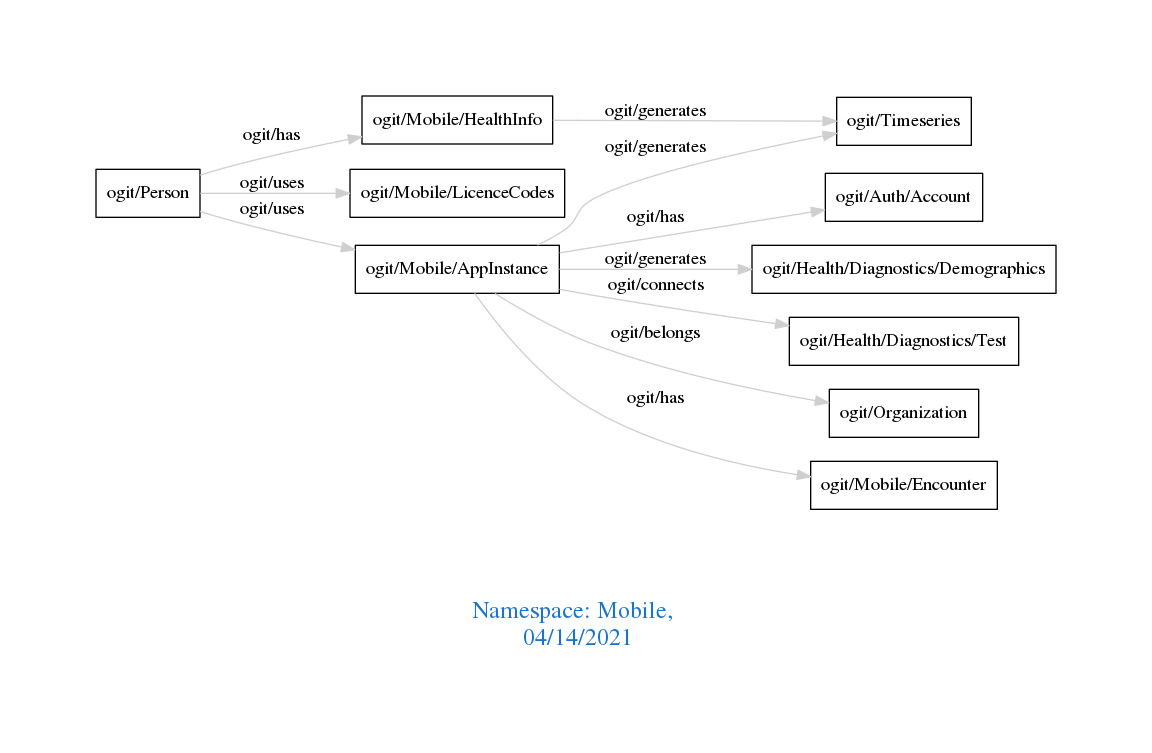
The Graphviz diagram downloads/Mobile.png in arago/OGIT, before a commit. Its source is kept beside it as downloads/Mobile.dot.
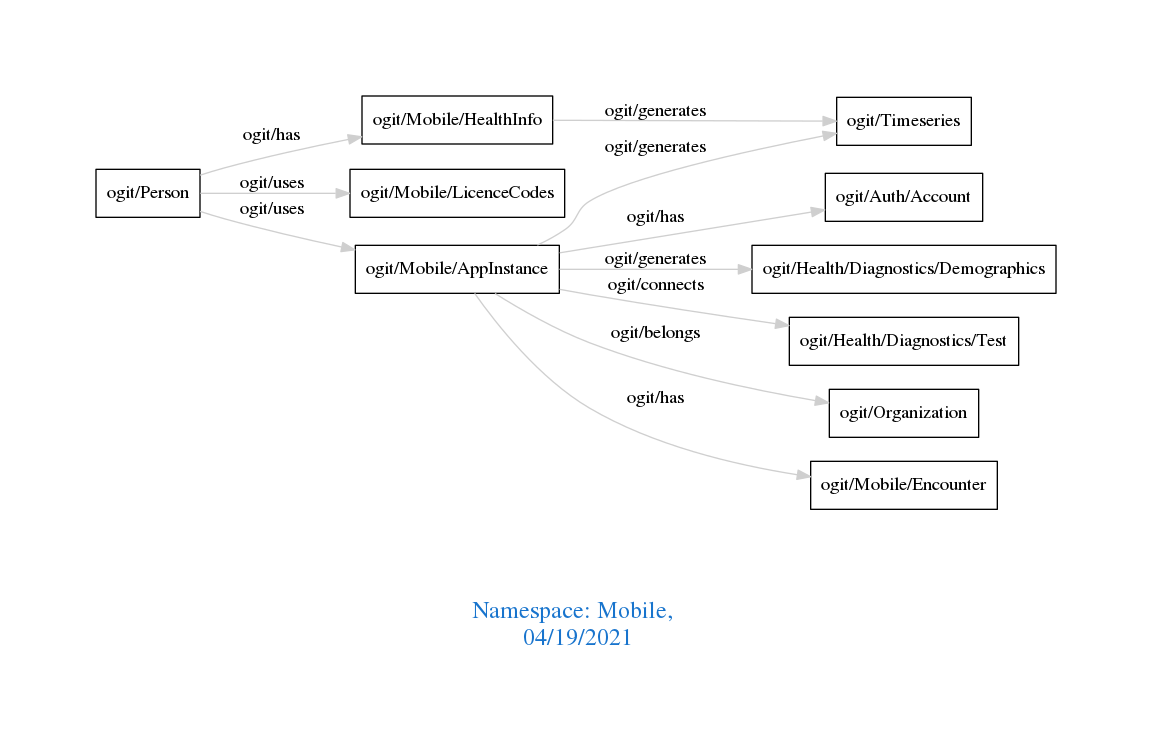
Above is the later version.

Change to the diagram source:
```diff
@@ -1,7 +1,7 @@
 digraph OGIT_ontology {
  graph [ rankdir= LR,pad=1
 fontsize = 18,
-fontcolor= dodgerblue3,label = "\n\n\nNamespace: Mobile, \n 04/14/2021"];
+fontcolor= dodgerblue3,label = "\n\n\nNamespace: Mobile, \n 04/19/2021"];
 node[shape=polygon];
 edge [  color="gray81"];
 
```
